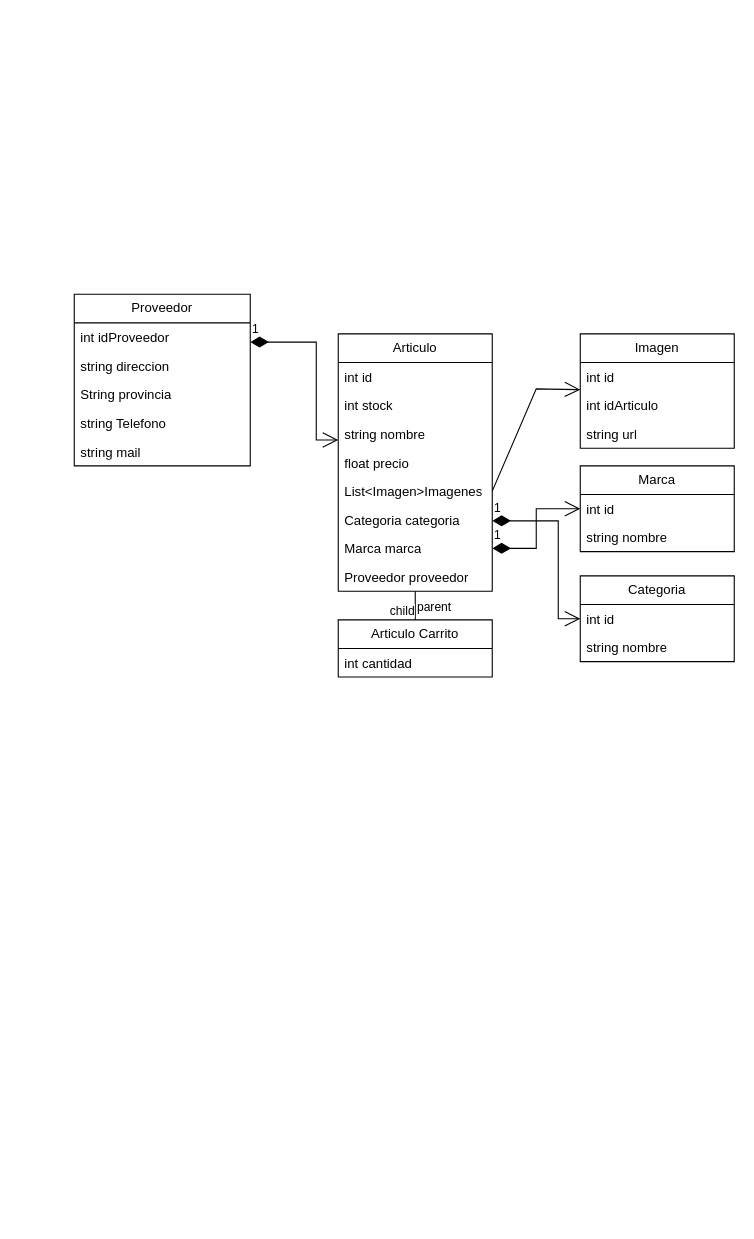
Bassinii/TP-Cuatrimestral-Equipo23 keeps this draw.io diagram as Diagrama de clases.drawio. Above is the earlier version. Source tidied: cells renumbered, new cells numbered last; positions are measured from the earlier drawing's top-left corner, leaving out a move shared by most shapes. Both pictures are drawn from the tidied source at 110%, with x=0, y=0 at pixel (74, 294).
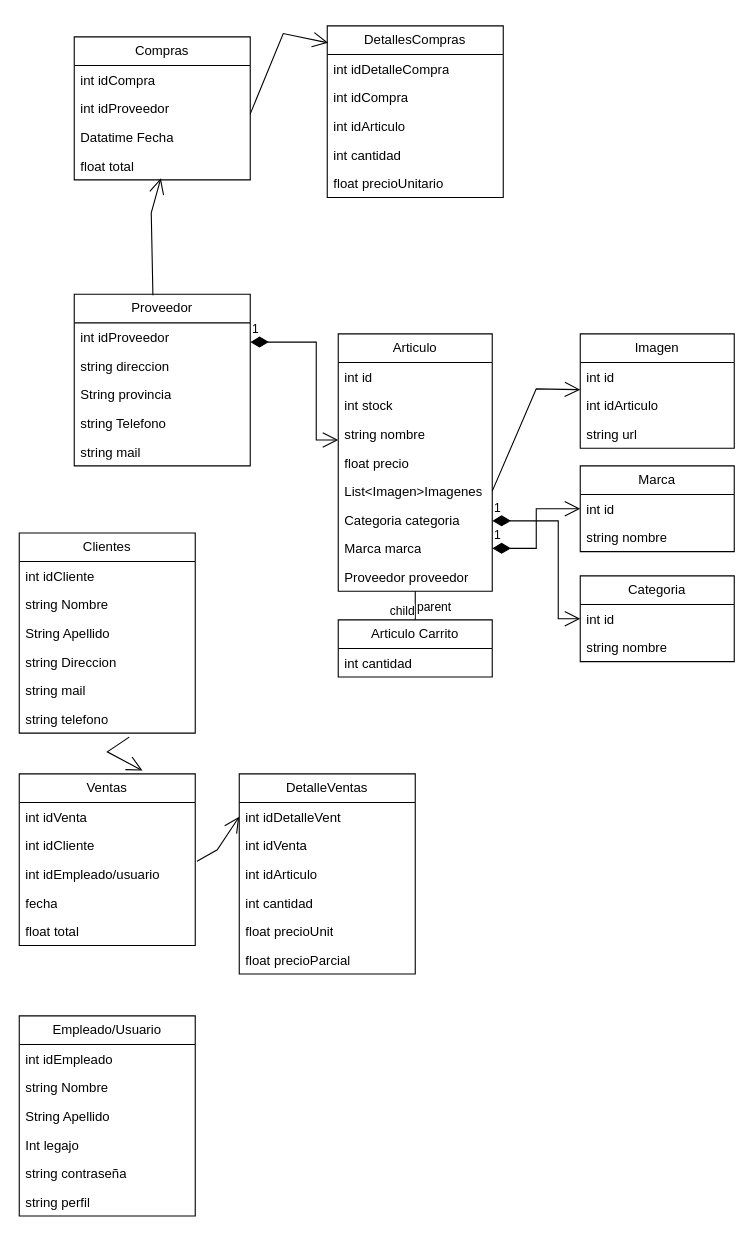
After the change.

Commit message:
Agregado de clases

clientes, ventas, detalle de ventas, empleados/usuarios.
compras, detalle de compras

Unchanged cells that the change refers to:
```xml
<mxCell id="29" value="Proveedor" style="swimlane;fontStyle=0;horizontal=1;startSize=26;fillColor=none;whiteSpace=wrap;html=1;" parent="1" vertex="1">
  <mxGeometry width="160" height="156" as="geometry" />
</mxCell>
```

Diff of the diagram source:
```diff
@@
+    <mxCell id="36" value="Compras" style="swimlane;fontStyle=0;horizontal=1;startSize=26;fillColor=none;whiteSpace=wrap;html=1;" parent="1" vertex="1">
+      <mxGeometry y="-234" width="160" height="130" as="geometry" />
+    </mxCell>
+    <mxCell id="37" value="int idCompra" style="text;strokeColor=none;fillColor=none;align=left;verticalAlign=top;spacingLeft=4;spacingRight=4;overflow=hidden;whiteSpace=wrap;html=1;" parent="36" vertex="1">
+      <mxGeometry y="26" width="160" height="26" as="geometry" />
+    </mxCell>
+    <mxCell id="38" value="int idProveedor" style="text;strokeColor=none;fillColor=none;align=left;verticalAlign=top;spacingLeft=4;spacingRight=4;overflow=hidden;whiteSpace=wrap;html=1;" parent="36" vertex="1">
+      <mxGeometry y="52" width="160" height="26" as="geometry" />
+    </mxCell>
+    <mxCell id="39" value="Datatime Fecha" style="text;strokeColor=none;fillColor=none;align=left;verticalAlign=top;spacingLeft=4;spacingRight=4;overflow=hidden;whiteSpace=wrap;html=1;" parent="36" vertex="1">
+      <mxGeometry y="78" width="160" height="26" as="geometry" />
+    </mxCell>
+    <mxCell id="40" value="float total" style="text;strokeColor=none;fillColor=none;align=left;verticalAlign=top;spacingLeft=4;spacingRight=4;overflow=hidden;points=[[0,0.5],[1,0.5]];portConstraint=eastwest;whiteSpace=wrap;html=1;" parent="36" vertex="1">
+      <mxGeometry y="104" width="160" height="26" as="geometry" />
+    </mxCell>
+    <mxCell id="41" value="DetallesCompras" style="swimlane;fontStyle=0;horizontal=1;startSize=26;fillColor=none;whiteSpace=wrap;html=1;" parent="1" vertex="1">
+      <mxGeometry x="230" y="-244" width="160" height="156" as="geometry" />
+    </mxCell>
+    <mxCell id="42" value="int idDetalleCompra" style="text;strokeColor=none;fillColor=none;align=left;verticalAlign=top;spacingLeft=4;spacingRight=4;overflow=hidden;whiteSpace=wrap;html=1;" parent="41" vertex="1">
+      <mxGeometry y="26" width="160" height="26" as="geometry" />
+    </mxCell>
+    <mxCell id="43" value="int idCompra" style="text;strokeColor=none;fillColor=none;align=left;verticalAlign=top;spacingLeft=4;spacingRight=4;overflow=hidden;whiteSpace=wrap;html=1;" parent="41" vertex="1">
+      <mxGeometry y="52" width="160" height="26" as="geometry" />
+    </mxCell>
+    <mxCell id="44" value="int idArticulo" style="text;strokeColor=none;fillColor=none;align=left;verticalAlign=top;spacingLeft=4;spacingRight=4;overflow=hidden;whiteSpace=wrap;html=1;" parent="41" vertex="1">
+      <mxGeometry y="78" width="160" height="26" as="geometry" />
+    </mxCell>
+    <mxCell id="45" value="int cantidad" style="text;strokeColor=none;fillColor=none;align=left;verticalAlign=top;spacingLeft=4;spacingRight=4;overflow=hidden;whiteSpace=wrap;html=1;" parent="41" vertex="1">
+      <mxGeometry y="104" width="160" height="26" as="geometry" />
+    </mxCell>
+    <mxCell id="46" value="float precioUnitario" style="text;strokeColor=none;fillColor=none;align=left;verticalAlign=top;spacingLeft=4;spacingRight=4;overflow=hidden;whiteSpace=wrap;html=1;" parent="41" vertex="1">
+      <mxGeometry y="130" width="160" height="26" as="geometry" />
+    </mxCell>
+    <mxCell id="47" style="endArrow=open;endFill=1;endSize=12;html=1;rounded=0;exitX=0.447;exitY=0.006;exitDx=0;exitDy=0;entryX=0.492;entryY=0.946;entryDx=0;entryDy=0;entryPerimeter=0;exitPerimeter=0;" parent="1" edge="1" source="29" target="40">
+      <mxGeometry relative="1" as="geometry">
+        <Array as="points">
+          <mxPoint x="70" y="-74" />
+        </Array>
+      </mxGeometry>
+    </mxCell>
+    <mxCell id="48" style="endArrow=open;endFill=1;endSize=12;html=1;rounded=0;exitX=1;exitY=0.5;exitDx=0;exitDy=0;entryX=0.005;entryY=0.099;entryDx=0;entryDy=0;entryPerimeter=0;" parent="1" edge="1" target="41">
+      <mxGeometry relative="1" as="geometry">
+        <mxPoint x="160" y="-164" as="sourcePoint" />
+        <Array as="points">
+          <mxPoint x="190" y="-237" />
+        </Array>
+      </mxGeometry>
+    </mxCell>
+    <mxCell id="49" value="Clientes" style="swimlane;fontStyle=0;horizontal=1;startSize=26;fillColor=none;whiteSpace=wrap;html=1;" parent="1" vertex="1">
+      <mxGeometry x="-50" y="217" width="160" height="182" as="geometry" />
+    </mxCell>
+    <mxCell id="50" value="int idCliente" style="text;strokeColor=none;fillColor=none;align=left;verticalAlign=top;spacingLeft=4;spacingRight=4;overflow=hidden;whiteSpace=wrap;html=1;" parent="49" vertex="1">
+      <mxGeometry y="26" width="160" height="26" as="geometry" />
+    </mxCell>
+    <mxCell id="51" value="string Nombre" style="text;strokeColor=none;fillColor=none;align=left;verticalAlign=top;spacingLeft=4;spacingRight=4;overflow=hidden;whiteSpace=wrap;html=1;" parent="49" vertex="1">
+      <mxGeometry y="52" width="160" height="26" as="geometry" />
+    </mxCell>
+    <mxCell id="52" value="String Apellido" style="text;strokeColor=none;fillColor=none;align=left;verticalAlign=top;spacingLeft=4;spacingRight=4;overflow=hidden;whiteSpace=wrap;html=1;" parent="49" vertex="1">
+      <mxGeometry y="78" width="160" height="26" as="geometry" />
+    </mxCell>
+    <mxCell id="53" value="string Direccion" style="text;strokeColor=none;fillColor=none;align=left;verticalAlign=top;spacingLeft=4;spacingRight=4;overflow=hidden;whiteSpace=wrap;html=1;" parent="49" vertex="1">
+      <mxGeometry y="104" width="160" height="26" as="geometry" />
+    </mxCell>
+    <mxCell id="54" value="string mail" style="text;strokeColor=none;fillColor=none;align=left;verticalAlign=top;spacingLeft=4;spacingRight=4;overflow=hidden;whiteSpace=wrap;html=1;" parent="49" vertex="1">
+      <mxGeometry y="130" width="160" height="26" as="geometry" />
+    </mxCell>
+    <mxCell id="55" value="string telefono" style="text;strokeColor=none;fillColor=none;align=left;verticalAlign=top;spacingLeft=4;spacingRight=4;overflow=hidden;points=[[0,0.5],[1,0.5]];portConstraint=eastwest;whiteSpace=wrap;html=1;" parent="49" vertex="1">
+      <mxGeometry y="156" width="160" height="26" as="geometry" />
+    </mxCell>
+    <mxCell id="56" value="Ventas" style="swimlane;fontStyle=0;horizontal=1;startSize=26;fillColor=none;whiteSpace=wrap;html=1;" parent="1" vertex="1">
+      <mxGeometry x="-50" y="436" width="160" height="156" as="geometry" />
+    </mxCell>
+    <mxCell id="57" value="int idVenta" style="text;strokeColor=none;fillColor=none;align=left;verticalAlign=top;spacingLeft=4;spacingRight=4;overflow=hidden;whiteSpace=wrap;html=1;" parent="56" vertex="1">
+      <mxGeometry y="26" width="160" height="26" as="geometry" />
+    </mxCell>
+    <mxCell id="58" value="int idCliente" style="text;strokeColor=none;fillColor=none;align=left;verticalAlign=top;spacingLeft=4;spacingRight=4;overflow=hidden;whiteSpace=wrap;html=1;" parent="56" vertex="1">
+      <mxGeometry y="52" width="160" height="26" as="geometry" />
+    </mxCell>
+    <mxCell id="59" value="int idEmpleado/usuario" style="text;strokeColor=none;fillColor=none;align=left;verticalAlign=top;spacingLeft=4;spacingRight=4;overflow=hidden;points=[[0,0.5],[1,0.5]];portConstraint=eastwest;whiteSpace=wrap;html=1;" parent="56" vertex="1">
+      <mxGeometry y="78" width="160" height="26" as="geometry" />
+    </mxCell>
+    <mxCell id="60" value="fecha" style="text;strokeColor=none;fillColor=none;align=left;verticalAlign=top;spacingLeft=4;spacingRight=4;overflow=hidden;whiteSpace=wrap;html=1;" parent="56" vertex="1">
+      <mxGeometry y="104" width="160" height="26" as="geometry" />
+    </mxCell>
+    <mxCell id="61" value="float total" style="text;strokeColor=none;fillColor=none;align=left;verticalAlign=top;spacingLeft=4;spacingRight=4;overflow=hidden;whiteSpace=wrap;html=1;" parent="56" vertex="1">
+      <mxGeometry y="130" width="160" height="26" as="geometry" />
+    </mxCell>
+    <mxCell id="62" value="DetalleVentas" style="swimlane;fontStyle=0;horizontal=1;startSize=26;fillColor=none;whiteSpace=wrap;html=1;" parent="1" vertex="1">
+      <mxGeometry x="150" y="436" width="160" height="182" as="geometry" />
+    </mxCell>
+    <mxCell id="63" value="int idDetalleVent" style="text;strokeColor=none;fillColor=none;align=left;verticalAlign=top;spacingLeft=4;spacingRight=4;overflow=hidden;points=[[0,0.5],[1,0.5]];portConstraint=eastwest;whiteSpace=wrap;html=1;" parent="62" vertex="1">
+      <mxGeometry y="26" width="160" height="26" as="geometry" />
+    </mxCell>
+    <mxCell id="64" value="int idVenta" style="text;strokeColor=none;fillColor=none;align=left;verticalAlign=top;spacingLeft=4;spacingRight=4;overflow=hidden;whiteSpace=wrap;html=1;" parent="62" vertex="1">
+      <mxGeometry y="52" width="160" height="26" as="geometry" />
+    </mxCell>
+    <mxCell id="65" value="int idArticulo" style="text;strokeColor=none;fillColor=none;align=left;verticalAlign=top;spacingLeft=4;spacingRight=4;overflow=hidden;whiteSpace=wrap;html=1;" parent="62" vertex="1">
+      <mxGeometry y="78" width="160" height="26" as="geometry" />
+    </mxCell>
+    <mxCell id="66" value="int cantidad" style="text;strokeColor=none;fillColor=none;align=left;verticalAlign=top;spacingLeft=4;spacingRight=4;overflow=hidden;whiteSpace=wrap;html=1;" parent="62" vertex="1">
+      <mxGeometry y="104" width="160" height="26" as="geometry" />
+    </mxCell>
+    <mxCell id="67" value="float precioUnit" style="text;strokeColor=none;fillColor=none;align=left;verticalAlign=top;spacingLeft=4;spacingRight=4;overflow=hidden;whiteSpace=wrap;html=1;" parent="62" vertex="1">
+      <mxGeometry y="130" width="160" height="26" as="geometry" />
+    </mxCell>
+    <mxCell id="68" value="float precioParcial" style="text;strokeColor=none;fillColor=none;align=left;verticalAlign=top;spacingLeft=4;spacingRight=4;overflow=hidden;whiteSpace=wrap;html=1;" parent="62" vertex="1">
+      <mxGeometry y="156" width="160" height="26" as="geometry" />
+    </mxCell>
+    <mxCell id="69" style="endArrow=open;endFill=1;endSize=12;html=1;rounded=0;entryX=0;entryY=0.5;entryDx=0;entryDy=0;exitX=1.01;exitY=0.054;exitDx=0;exitDy=0;exitPerimeter=0;" parent="1" edge="1" source="59" target="63">
+      <mxGeometry relative="1" as="geometry">
+        <Array as="points">
+          <mxPoint x="130" y="505" />
+        </Array>
+      </mxGeometry>
+    </mxCell>
+    <mxCell id="70" style="endArrow=open;endFill=1;endSize=12;html=1;rounded=0;exitX=0.625;exitY=1.138;exitDx=0;exitDy=0;entryX=0.7;entryY=-0.019;entryDx=0;entryDy=0;exitPerimeter=0;entryPerimeter=0;" parent="1" edge="1" source="55" target="56">
+      <mxGeometry relative="1" as="geometry">
+        <Array as="points">
+          <mxPoint x="30" y="416" />
+        </Array>
+      </mxGeometry>
+    </mxCell>
+    <mxCell id="71" value="Empleado/Usuario" style="swimlane;fontStyle=0;horizontal=1;startSize=26;fillColor=none;whiteSpace=wrap;html=1;" parent="1" vertex="1">
+      <mxGeometry x="-50" y="656" width="160" height="182" as="geometry" />
+    </mxCell>
+    <mxCell id="72" value="int idEmpleado" style="text;strokeColor=none;fillColor=none;align=left;verticalAlign=top;spacingLeft=4;spacingRight=4;overflow=hidden;whiteSpace=wrap;html=1;" parent="71" vertex="1">
+      <mxGeometry y="26" width="160" height="26" as="geometry" />
+    </mxCell>
+    <mxCell id="73" value="string Nombre" style="text;strokeColor=none;fillColor=none;align=left;verticalAlign=top;spacingLeft=4;spacingRight=4;overflow=hidden;whiteSpace=wrap;html=1;" parent="71" vertex="1">
+      <mxGeometry y="52" width="160" height="26" as="geometry" />
+    </mxCell>
+    <mxCell id="74" value="String Apellido" style="text;strokeColor=none;fillColor=none;align=left;verticalAlign=top;spacingLeft=4;spacingRight=4;overflow=hidden;whiteSpace=wrap;html=1;" parent="71" vertex="1">
+      <mxGeometry y="78" width="160" height="26" as="geometry" />
+    </mxCell>
+    <mxCell id="75" value="Int legajo" style="text;strokeColor=none;fillColor=none;align=left;verticalAlign=top;spacingLeft=4;spacingRight=4;overflow=hidden;whiteSpace=wrap;html=1;" parent="71" vertex="1">
+      <mxGeometry y="104" width="160" height="26" as="geometry" />
+    </mxCell>
+    <mxCell id="76" value="string contraseña" style="text;strokeColor=none;fillColor=none;align=left;verticalAlign=top;spacingLeft=4;spacingRight=4;overflow=hidden;whiteSpace=wrap;html=1;" parent="71" vertex="1">
+      <mxGeometry y="130" width="160" height="26" as="geometry" />
+    </mxCell>
+    <mxCell id="77" value="string perfil" style="text;strokeColor=none;fillColor=none;align=left;verticalAlign=top;spacingLeft=4;spacingRight=4;overflow=hidden;whiteSpace=wrap;html=1;" parent="71" vertex="1">
+      <mxGeometry y="156" width="160" height="26" as="geometry" />
+    </mxCell>
```
